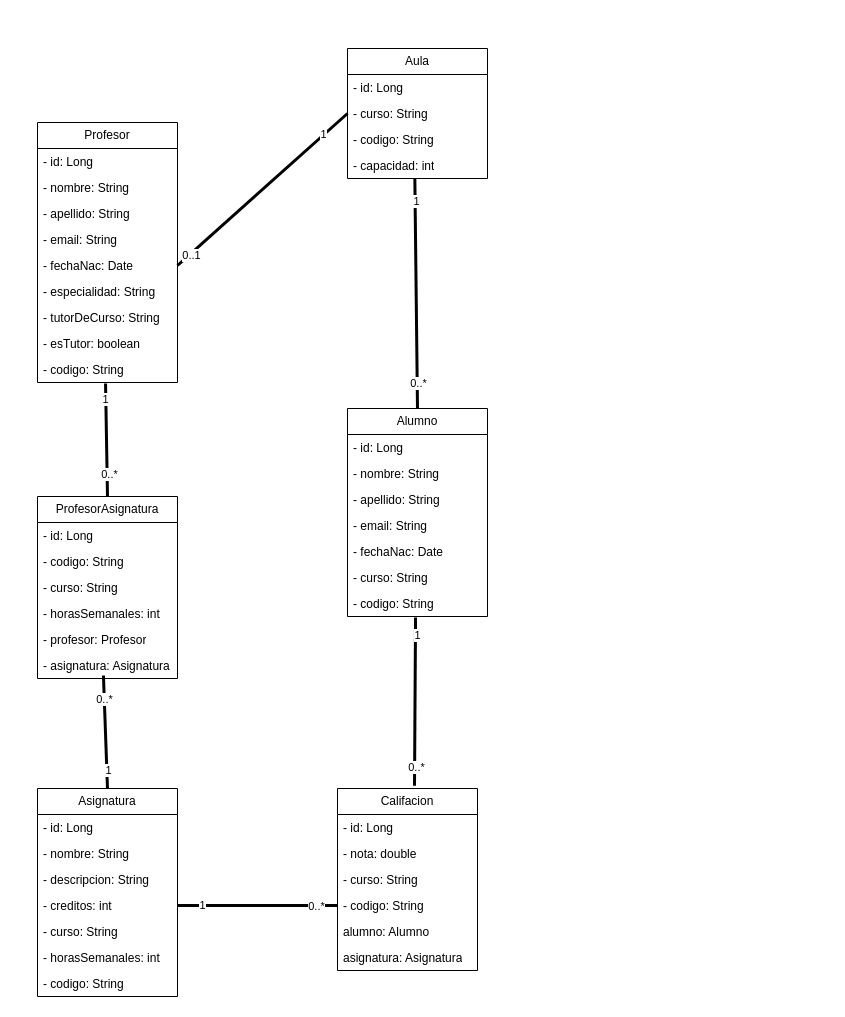
Before: UML.drawio in guille463/AulaNet, a draw.io diagram. Source tidied: cells renumbered, new cells numbered last; positions are measured from the earlier drawing's top-left corner, leaving out a move shared by most shapes. Both pictures are drawn from the tidied source at 100%, with x=0, y=0 at pixel (37, 48).
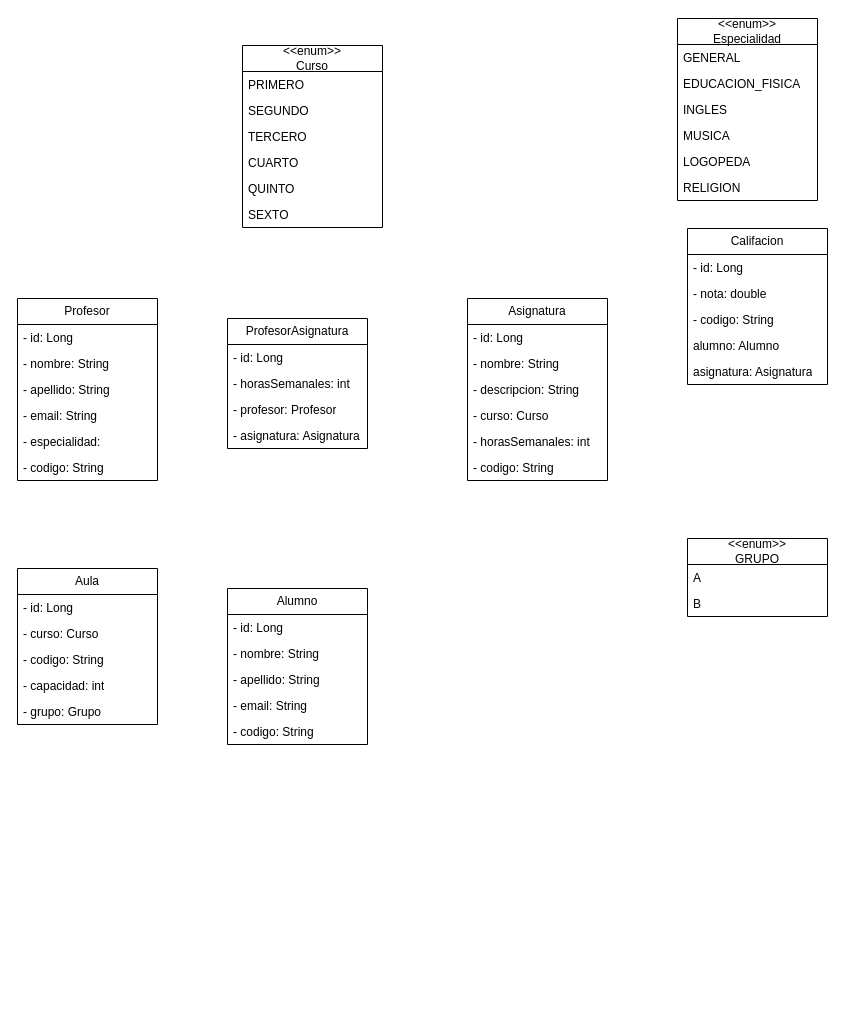
The same diagram, later.

Commit message:
refact: Uml añado nuevas clases

The change refers to these unchanged cells:
```xml
<mxCell id="58" value="- capacidad: int" style="text;strokeColor=none;fillColor=none;align=left;verticalAlign=top;spacingLeft=4;spacingRight=4;overflow=hidden;points=[[0,0.5],[1,0.5]];portConstraint=eastwest;whiteSpace=wrap;html=1;" parent="54" vertex="1">
  <mxGeometry y="104" width="140" height="26" as="geometry" />
</mxCell>
```

What changed in the source:
```diff
@@
     <mxCell id="2" value="Alumno" style="swimlane;fontStyle=0;horizontal=1;startSize=26;fillColor=none;whiteSpace=wrap;html=1;" parent="1" vertex="1">
-      <mxGeometry x="310" y="360" width="140" height="208" as="geometry" />
+      <mxGeometry x="190" y="540" width="140" height="156" as="geometry" />
     </mxCell>
@@
-    <mxCell id="7" value="- fechaNac: Date" style="text;strokeColor=none;fillColor=none;align=left;verticalAlign=top;spacingLeft=4;spacingRight=4;overflow=hidden;whiteSpace=wrap;html=1;" parent="2" vertex="1">
-      <mxGeometry y="130" width="140" height="26" as="geometry" />
-    </mxCell>
-    <mxCell id="8" value="- curso: String" style="text;strokeColor=none;fillColor=none;align=left;verticalAlign=top;spacingLeft=4;spacingRight=4;overflow=hidden;whiteSpace=wrap;html=1;" parent="2" vertex="1">
-      <mxGeometry y="156" width="140" height="26" as="geometry" />
-    </mxCell>
     <mxCell id="9" value="&lt;span style=&quot;color: rgb(0, 0, 0);&quot;&gt;- codigo: String&lt;/span&gt;" style="text;strokeColor=none;fillColor=none;align=left;verticalAlign=top;spacingLeft=4;spacingRight=4;overflow=hidden;points=[[0,0.5],[1,0.5]];portConstraint=eastwest;whiteSpace=wrap;html=1;" parent="2" vertex="1">
-      <mxGeometry y="182" width="140" height="26" as="geometry" />
+      <mxGeometry y="130" width="140" height="26" as="geometry" />
     </mxCell>
     <mxCell id="10" value="Profesor" style="swimlane;fontStyle=0;horizontal=1;startSize=26;fillColor=none;whiteSpace=wrap;html=1;" parent="1" vertex="1">
-      <mxGeometry y="74" width="140" height="260" as="geometry" />
+      <mxGeometry x="-20" y="250" width="140" height="182" as="geometry" />
     </mxCell>
@@
-    <mxCell id="15" value="- fechaNac: Date" style="text;strokeColor=none;fillColor=none;align=left;verticalAlign=top;spacingLeft=4;spacingRight=4;overflow=hidden;points=[[0,0.5],[1,0.5]];portConstraint=eastwest;whiteSpace=wrap;html=1;" parent="10" vertex="1">
-      <mxGeometry y="130" width="140" height="26" as="geometry" />
-    </mxCell>
-    <mxCell id="16" value="- especialidad: String" style="text;strokeColor=none;fillColor=none;align=left;verticalAlign=top;spacingLeft=4;spacingRight=4;overflow=hidden;whiteSpace=wrap;html=1;" parent="10" vertex="1">
-      <mxGeometry y="156" width="140" height="26" as="geometry" />
+    <mxCell id="16" value="- especialidad:&amp;nbsp;" style="text;strokeColor=none;fillColor=none;align=left;verticalAlign=top;spacingLeft=4;spacingRight=4;overflow=hidden;whiteSpace=wrap;html=1;" parent="10" vertex="1">
+      <mxGeometry y="130" width="140" height="26" as="geometry" />
     </mxCell>
-    <mxCell id="17" value="- tutorDeCurso: String" style="text;strokeColor=none;fillColor=none;align=left;verticalAlign=top;spacingLeft=4;spacingRight=4;overflow=hidden;whiteSpace=wrap;html=1;" parent="10" vertex="1">
-      <mxGeometry y="182" width="140" height="26" as="geometry" />
-    </mxCell>
-    <mxCell id="18" value="- esTutor: boolean" style="text;strokeColor=none;fillColor=none;align=left;verticalAlign=top;spacingLeft=4;spacingRight=4;overflow=hidden;whiteSpace=wrap;html=1;" parent="10" vertex="1">
-      <mxGeometry y="208" width="140" height="26" as="geometry" />
-    </mxCell>
     <mxCell id="19" value="- codigo: String" style="text;strokeColor=none;fillColor=none;align=left;verticalAlign=top;spacingLeft=4;spacingRight=4;overflow=hidden;points=[[0,0.5],[1,0.5]];portConstraint=eastwest;whiteSpace=wrap;html=1;" parent="10" vertex="1">
-      <mxGeometry y="234" width="140" height="26" as="geometry" />
+      <mxGeometry y="156" width="140" height="26" as="geometry" />
     </mxCell>
     <mxCell id="20" value="Asignatura" style="swimlane;fontStyle=0;horizontal=1;startSize=26;fillColor=none;whiteSpace=wrap;html=1;" parent="1" vertex="1">
-      <mxGeometry y="740" width="140" height="208" as="geometry" />
+      <mxGeometry x="430" y="250" width="140" height="182" as="geometry" />
     </mxCell>
@@
-    <mxCell id="24" value="- creditos: int" style="text;strokeColor=none;fillColor=none;align=left;verticalAlign=top;spacingLeft=4;spacingRight=4;overflow=hidden;points=[[0,0.5],[1,0.5]];portConstraint=eastwest;whiteSpace=wrap;html=1;" parent="20" vertex="1">
-      <mxGeometry y="104" width="140" height="26" as="geometry" />
-    </mxCell>
-    <mxCell id="25" value="- curso: String" style="text;strokeColor=none;fillColor=none;align=left;verticalAlign=top;spacingLeft=4;spacingRight=4;overflow=hidden;whiteSpace=wrap;html=1;" parent="20" vertex="1">
-      <mxGeometry y="130" width="140" height="26" as="geometry" />
+    <mxCell id="25" value="- curso: Curso" style="text;strokeColor=none;fillColor=none;align=left;verticalAlign=top;spacingLeft=4;spacingRight=4;overflow=hidden;whiteSpace=wrap;html=1;" parent="20" vertex="1">
+      <mxGeometry y="104" width="140" height="26" as="geometry" />
     </mxCell>
     <mxCell id="26" value="- horasSemanales: int" style="text;strokeColor=none;fillColor=none;align=left;verticalAlign=top;spacingLeft=4;spacingRight=4;overflow=hidden;whiteSpace=wrap;html=1;" parent="20" vertex="1">
-      <mxGeometry y="156" width="140" height="26" as="geometry" />
+      <mxGeometry y="130" width="140" height="26" as="geometry" />
     </mxCell>
     <mxCell id="27" value="&lt;span style=&quot;color: rgb(0, 0, 0);&quot;&gt;- codigo: String&lt;/span&gt;" style="text;strokeColor=none;fillColor=none;align=left;verticalAlign=top;spacingLeft=4;spacingRight=4;overflow=hidden;whiteSpace=wrap;html=1;" parent="20" vertex="1">
-      <mxGeometry y="182" width="140" height="26" as="geometry" />
+      <mxGeometry y="156" width="140" height="26" as="geometry" />
     </mxCell>
     <mxCell id="28" value="Califacion" style="swimlane;fontStyle=0;horizontal=1;startSize=26;fillColor=none;whiteSpace=wrap;html=1;" parent="1" vertex="1">
-      <mxGeometry x="300" y="740" width="140" height="182" as="geometry" />
+      <mxGeometry x="650" y="180" width="140" height="156" as="geometry" />
     </mxCell>
@@
-    <mxCell id="31" value="- curso: String" style="text;strokeColor=none;fillColor=none;align=left;verticalAlign=top;spacingLeft=4;spacingRight=4;overflow=hidden;whiteSpace=wrap;html=1;" parent="28" vertex="1">
-      <mxGeometry y="78" width="140" height="26" as="geometry" />
-    </mxCell>
     <mxCell id="32" value="&lt;span style=&quot;color: rgb(0, 0, 0);&quot;&gt;- codigo: String&lt;/span&gt;" style="text;strokeColor=none;fillColor=none;align=left;verticalAlign=top;spacingLeft=4;spacingRight=4;overflow=hidden;whiteSpace=wrap;html=1;" parent="28" vertex="1">
-      <mxGeometry y="104" width="140" height="26" as="geometry" />
+      <mxGeometry y="78" width="140" height="26" as="geometry" />
     </mxCell>
     <mxCell id="33" value="&lt;span style=&quot;color: rgb(0, 0, 0);&quot;&gt;alumno: Alumno&lt;/span&gt;" style="text;strokeColor=none;fillColor=none;align=left;verticalAlign=top;spacingLeft=4;spacingRight=4;overflow=hidden;whiteSpace=wrap;html=1;" parent="28" vertex="1">
-      <mxGeometry y="130" width="140" height="26" as="geometry" />
+      <mxGeometry y="104" width="140" height="26" as="geometry" />
     </mxCell>
     <mxCell id="34" value="&lt;span style=&quot;color: rgb(0, 0, 0);&quot;&gt;asignatura: Asignatura&lt;/span&gt;" style="text;strokeColor=none;fillColor=none;align=left;verticalAlign=top;spacingLeft=4;spacingRight=4;overflow=hidden;whiteSpace=wrap;html=1;" parent="28" vertex="1">
-      <mxGeometry y="156" width="140" height="26" as="geometry" />
+      <mxGeometry y="130" width="140" height="26" as="geometry" />
     </mxCell>
     <mxCell id="35" value="ProfesorAsignatura" style="swimlane;fontStyle=0;horizontal=1;startSize=26;fillColor=none;whiteSpace=wrap;html=1;" parent="1" vertex="1">
-      <mxGeometry y="448" width="140" height="182" as="geometry" />
+      <mxGeometry x="190" y="270" width="140" height="130" as="geometry" />
     </mxCell>
@@
-    <mxCell id="37" value="- codigo: String" style="text;strokeColor=none;fillColor=none;align=left;verticalAlign=top;spacingLeft=4;spacingRight=4;overflow=hidden;whiteSpace=wrap;html=1;" parent="35" vertex="1">
-      <mxGeometry y="52" width="140" height="26" as="geometry" />
-    </mxCell>
-    <mxCell id="38" value="- curso: String" style="text;strokeColor=none;fillColor=none;align=left;verticalAlign=top;spacingLeft=4;spacingRight=4;overflow=hidden;whiteSpace=wrap;html=1;" parent="35" vertex="1">
-      <mxGeometry y="78" width="140" height="26" as="geometry" />
-    </mxCell>
     <mxCell id="39" value="- horasSemanales: int" style="text;strokeColor=none;fillColor=none;align=left;verticalAlign=top;spacingLeft=4;spacingRight=4;overflow=hidden;whiteSpace=wrap;html=1;" parent="35" vertex="1">
-      <mxGeometry y="104" width="140" height="26" as="geometry" />
+      <mxGeometry y="52" width="140" height="26" as="geometry" />
     </mxCell>
     <mxCell id="40" value="- profesor: Profesor" style="text;strokeColor=none;fillColor=none;align=left;verticalAlign=top;spacingLeft=4;spacingRight=4;overflow=hidden;whiteSpace=wrap;html=1;" parent="35" vertex="1">
-      <mxGeometry y="130" width="140" height="26" as="geometry" />
+      <mxGeometry y="78" width="140" height="26" as="geometry" />
     </mxCell>
     <mxCell id="41" value="- asignatura: Asignatura" style="text;strokeColor=none;fillColor=none;align=left;verticalAlign=top;spacingLeft=4;spacingRight=4;overflow=hidden;points=[[0,0.5],[1,0.5]];portConstraint=eastwest;whiteSpace=wrap;html=1;" parent="35" vertex="1">
-      <mxGeometry y="156" width="140" height="26" as="geometry" />
+      <mxGeometry y="104" width="140" height="26" as="geometry" />
     </mxCell>
-    <mxCell id="42" style="endArrow=none;startArrow=none;endFill=0;startFill=0;endSize=8;html=1;verticalAlign=bottom;labelBackgroundColor=none;strokeWidth=3;exitX=0.486;exitY=1.038;exitDx=0;exitDy=0;exitPerimeter=0;entryX=0.5;entryY=0;entryDx=0;entryDy=0;" parent="1" edge="1" source="19" target="35">
-      <mxGeometry relative="1" as="geometry" />
-    </mxCell>
-    <mxCell id="43" value="1" style="edgeLabel;html=1;align=center;verticalAlign=middle;" parent="42" vertex="1">
-      <mxGeometry x="-0.74" y="-1" relative="1" as="geometry" />
-    </mxCell>
-    <mxCell id="44" value="0..*" style="edgeLabel;html=1;align=center;verticalAlign=middle;" parent="42" vertex="1">
-      <mxGeometry x="0.61" y="2" relative="1" as="geometry" />
-    </mxCell>
-    <mxCell id="45" style="endArrow=none;startArrow=none;endFill=0;startFill=0;endSize=8;html=1;verticalAlign=bottom;labelBackgroundColor=none;strokeWidth=3;exitX=0.5;exitY=0;exitDx=0;exitDy=0;entryX=0.471;entryY=0.885;entryDx=0;entryDy=0;entryPerimeter=0;" parent="1" edge="1" source="20" target="41">
-      <mxGeometry relative="1" as="geometry" />
-    </mxCell>
-    <mxCell id="46" value="1" style="edgeLabel;html=1;align=center;verticalAlign=middle;" parent="45" vertex="1">
-      <mxGeometry x="-0.68" y="-1" relative="1" as="geometry" />
-    </mxCell>
-    <mxCell id="47" value="0..*" style="edgeLabel;html=1;align=center;verticalAlign=middle;" parent="45" vertex="1">
-      <mxGeometry x="0.59" relative="1" as="geometry" />
-    </mxCell>
-    <mxCell id="48" style="endArrow=none;startArrow=none;endFill=0;startFill=0;endSize=8;html=1;verticalAlign=bottom;labelBackgroundColor=none;strokeWidth=3;exitX=1;exitY=0.5;exitDx=0;exitDy=0;entryX=0;entryY=0.5;entryDx=0;entryDy=0;" parent="1" edge="1" source="24">
-      <mxGeometry relative="1" as="geometry">
-        <mxPoint x="300" y="857" as="targetPoint" />
-      </mxGeometry>
-    </mxCell>
-    <mxCell id="49" value="1" style="edgeLabel;html=1;align=center;verticalAlign=middle;" parent="48" vertex="1">
-      <mxGeometry x="-0.7" y="1" relative="1" as="geometry" />
-    </mxCell>
-    <mxCell id="50" value="0..*" style="edgeLabel;html=1;align=center;verticalAlign=middle;" parent="48" vertex="1">
-      <mxGeometry x="0.73" relative="1" as="geometry" />
-    </mxCell>
-    <mxCell id="51" style="endArrow=none;startArrow=none;endFill=0;startFill=0;endSize=8;html=1;verticalAlign=bottom;labelBackgroundColor=none;strokeWidth=3;exitX=0.55;exitY=-0.015;exitDx=0;exitDy=0;exitPerimeter=0;entryX=0.486;entryY=1.038;entryDx=0;entryDy=0;entryPerimeter=0;" parent="1" edge="1" source="28" target="9">
-      <mxGeometry relative="1" as="geometry" />
-    </mxCell>
-    <mxCell id="52" value="1" style="edgeLabel;html=1;align=center;verticalAlign=middle;" parent="51" vertex="1">
-      <mxGeometry x="0.79" y="-2" relative="1" as="geometry" />
-    </mxCell>
-    <mxCell id="53" value="0..*" style="edgeLabel;html=1;align=center;verticalAlign=middle;" parent="51" vertex="1">
-      <mxGeometry x="-0.77" y="-1" relative="1" as="geometry" />
-    </mxCell>
     <mxCell id="54" value="Aula" style="swimlane;fontStyle=0;horizontal=1;startSize=26;fillColor=none;whiteSpace=wrap;html=1;" parent="1" vertex="1">
-      <mxGeometry x="310" width="140" height="130" as="geometry" />
+      <mxGeometry x="-20" y="520" width="140" height="156" as="geometry" />
     </mxCell>
@@
-    <mxCell id="56" value="- curso: String" style="text;strokeColor=none;fillColor=none;align=left;verticalAlign=top;spacingLeft=4;spacingRight=4;overflow=hidden;points=[[0,0.5],[1,0.5]];portConstraint=eastwest;whiteSpace=wrap;html=1;" parent="54" vertex="1">
+    <mxCell id="56" value="- curso: Curso" style="text;strokeColor=none;fillColor=none;align=left;verticalAlign=top;spacingLeft=4;spacingRight=4;overflow=hidden;points=[[0,0.5],[1,0.5]];portConstraint=eastwest;whiteSpace=wrap;html=1;" parent="54" vertex="1">
       <mxGeometry y="52" width="140" height="26" as="geometry" />
     </mxCell>
@@
-    <mxCell id="59" style="endArrow=none;startArrow=none;endFill=0;startFill=0;endSize=8;html=1;verticalAlign=bottom;labelBackgroundColor=none;strokeWidth=3;exitX=1;exitY=0.5;exitDx=0;exitDy=0;entryX=0;entryY=0.5;entryDx=0;entryDy=0;" parent="1" edge="1" source="15" target="56">
-      <mxGeometry relative="1" as="geometry" />
-    </mxCell>
-    <mxCell id="60" value="1" style="edgeLabel;html=1;align=center;verticalAlign=middle;" parent="59" vertex="1">
-      <mxGeometry x="0.72" y="1" relative="1" as="geometry" />
-    </mxCell>
-    <mxCell id="61" value="0..1" style="edgeLabel;html=1;align=center;verticalAlign=middle;" parent="59" vertex="1">
-      <mxGeometry x="-0.85" y="-1" relative="1" as="geometry" />
-    </mxCell>
-    <mxCell id="62" style="endArrow=none;startArrow=none;endFill=0;startFill=0;endSize=8;html=1;verticalAlign=bottom;labelBackgroundColor=none;strokeWidth=3;entryX=0.5;entryY=0;entryDx=0;entryDy=0;exitX=0.481;exitY=0.995;exitDx=0;exitDy=0;exitPerimeter=0;" parent="1" edge="1" source="58" target="2">
-      <mxGeometry relative="1" as="geometry" />
-    </mxCell>
-    <mxCell id="63" value="0..*" style="edgeLabel;html=1;align=center;verticalAlign=middle;" parent="62" vertex="1">
-      <mxGeometry x="0.78" y="1" relative="1" as="geometry" />
-    </mxCell>
-    <mxCell id="64" value="1" style="edgeLabel;html=1;align=center;verticalAlign=middle;" parent="62" vertex="1">
-      <mxGeometry x="-0.8" y="1" relative="1" as="geometry" />
-    </mxCell>
+    <mxCell id="65" value="- grupo: Grupo" style="text;strokeColor=none;fillColor=none;align=left;verticalAlign=top;spacingLeft=4;spacingRight=4;overflow=hidden;whiteSpace=wrap;html=1;" parent="54" vertex="1">
+      <mxGeometry y="130" width="140" height="26" as="geometry" />
+    </mxCell>
+    <mxCell id="66" value="&amp;lt;&amp;lt;enum&amp;gt;&amp;gt;&lt;div&gt;Especialidad&lt;/div&gt;" style="swimlane;fontStyle=0;horizontal=1;startSize=26;fillColor=none;whiteSpace=wrap;html=1;" parent="1" vertex="1">
+      <mxGeometry x="640" y="-30" width="140" height="182" as="geometry" />
+    </mxCell>
+    <mxCell id="67" value="GENERAL" style="text;strokeColor=none;fillColor=none;align=left;verticalAlign=top;spacingLeft=4;spacingRight=4;overflow=hidden;whiteSpace=wrap;html=1;" parent="66" vertex="1">
+      <mxGeometry y="26" width="140" height="26" as="geometry" />
+    </mxCell>
+    <mxCell id="68" value="EDUCACION_FISICA " style="text;strokeColor=none;fillColor=none;align=left;verticalAlign=top;spacingLeft=4;spacingRight=4;overflow=hidden;whiteSpace=wrap;html=1;" parent="66" vertex="1">
+      <mxGeometry y="52" width="140" height="26" as="geometry" />
+    </mxCell>
+    <mxCell id="69" value="INGLES           " style="text;strokeColor=none;fillColor=none;align=left;verticalAlign=top;spacingLeft=4;spacingRight=4;overflow=hidden;whiteSpace=wrap;html=1;" parent="66" vertex="1">
+      <mxGeometry y="78" width="140" height="26" as="geometry" />
+    </mxCell>
+    <mxCell id="70" value="MUSICA           " style="text;strokeColor=none;fillColor=none;align=left;verticalAlign=top;spacingLeft=4;spacingRight=4;overflow=hidden;whiteSpace=wrap;html=1;" parent="66" vertex="1">
+      <mxGeometry y="104" width="140" height="26" as="geometry" />
+    </mxCell>
+    <mxCell id="71" value="LOGOPEDA         " style="text;strokeColor=none;fillColor=none;align=left;verticalAlign=top;spacingLeft=4;spacingRight=4;overflow=hidden;whiteSpace=wrap;html=1;" parent="66" vertex="1">
+      <mxGeometry y="130" width="140" height="26" as="geometry" />
+    </mxCell>
+    <mxCell id="72" value="RELIGION                  " style="text;strokeColor=none;fillColor=none;align=left;verticalAlign=top;spacingLeft=4;spacingRight=4;overflow=hidden;whiteSpace=wrap;html=1;" parent="66" vertex="1">
+      <mxGeometry y="156" width="140" height="26" as="geometry" />
+    </mxCell>
+    <mxCell id="73" value="&amp;lt;&amp;lt;enum&amp;gt;&amp;gt;&lt;div&gt;Curso          &lt;/div&gt;" style="swimlane;fontStyle=0;horizontal=1;startSize=26;fillColor=none;whiteSpace=wrap;html=1;" parent="1" vertex="1">
+      <mxGeometry x="205" y="-3" width="140" height="182" as="geometry" />
+    </mxCell>
+    <mxCell id="74" value="PRIMERO          " style="text;strokeColor=none;fillColor=none;align=left;verticalAlign=top;spacingLeft=4;spacingRight=4;overflow=hidden;whiteSpace=wrap;html=1;" parent="73" vertex="1">
+      <mxGeometry y="26" width="140" height="26" as="geometry" />
+    </mxCell>
+    <mxCell id="75" value="SEGUNDO           " style="text;strokeColor=none;fillColor=none;align=left;verticalAlign=top;spacingLeft=4;spacingRight=4;overflow=hidden;whiteSpace=wrap;html=1;" parent="73" vertex="1">
+      <mxGeometry y="52" width="140" height="26" as="geometry" />
+    </mxCell>
+    <mxCell id="76" value="TERCERO                     " style="text;strokeColor=none;fillColor=none;align=left;verticalAlign=top;spacingLeft=4;spacingRight=4;overflow=hidden;whiteSpace=wrap;html=1;" parent="73" vertex="1">
+      <mxGeometry y="78" width="140" height="26" as="geometry" />
+    </mxCell>
+    <mxCell id="77" value="CUARTO                      " style="text;strokeColor=none;fillColor=none;align=left;verticalAlign=top;spacingLeft=4;spacingRight=4;overflow=hidden;whiteSpace=wrap;html=1;" parent="73" vertex="1">
+      <mxGeometry y="104" width="140" height="26" as="geometry" />
+    </mxCell>
+    <mxCell id="78" value="QUINTO         " style="text;strokeColor=none;fillColor=none;align=left;verticalAlign=top;spacingLeft=4;spacingRight=4;overflow=hidden;whiteSpace=wrap;html=1;" parent="73" vertex="1">
+      <mxGeometry y="130" width="140" height="26" as="geometry" />
+    </mxCell>
+    <mxCell id="79" value="SEXTO                              " style="text;strokeColor=none;fillColor=none;align=left;verticalAlign=top;spacingLeft=4;spacingRight=4;overflow=hidden;whiteSpace=wrap;html=1;" parent="73" vertex="1">
+      <mxGeometry y="156" width="140" height="26" as="geometry" />
+    </mxCell>
+    <mxCell id="80" value="&amp;lt;&amp;lt;enum&amp;gt;&amp;gt;&lt;div&gt;GRUPO&lt;/div&gt;" style="swimlane;fontStyle=0;horizontal=1;startSize=26;fillColor=none;whiteSpace=wrap;html=1;" parent="1" vertex="1">
+      <mxGeometry x="650" y="490" width="140" height="78" as="geometry" />
+    </mxCell>
+    <mxCell id="81" value="A                          " style="text;strokeColor=none;fillColor=none;align=left;verticalAlign=top;spacingLeft=4;spacingRight=4;overflow=hidden;whiteSpace=wrap;html=1;" parent="80" vertex="1">
+      <mxGeometry y="26" width="140" height="26" as="geometry" />
+    </mxCell>
+    <mxCell id="82" value="B                           " style="text;strokeColor=none;fillColor=none;align=left;verticalAlign=top;spacingLeft=4;spacingRight=4;overflow=hidden;whiteSpace=wrap;html=1;" parent="80" vertex="1">
+      <mxGeometry y="52" width="140" height="26" as="geometry" />
+    </mxCell>
```
